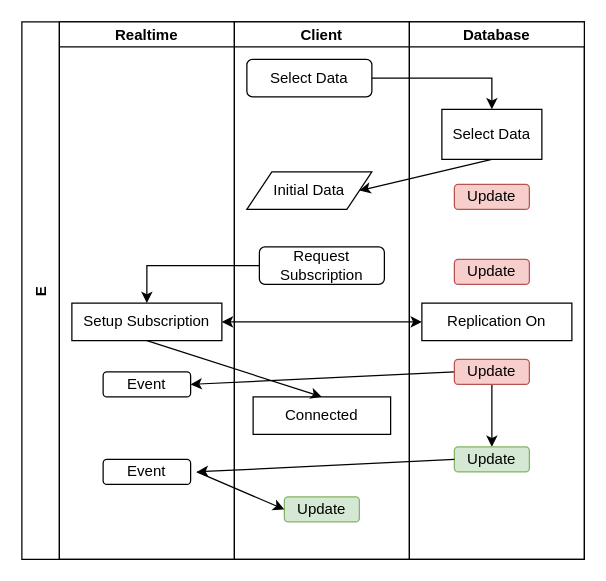
Before: Untitled Diagram.drawio in GaryAustin1/Realtime2, a draw.io diagram. Source tidied: cells renumbered, new cells numbered last; positions are measured from the earlier drawing's top-left corner, leaving out a move shared by most shapes. Both pictures are drawn from the tidied source at 125%, with x=0, y=0 at pixel (21, 21).
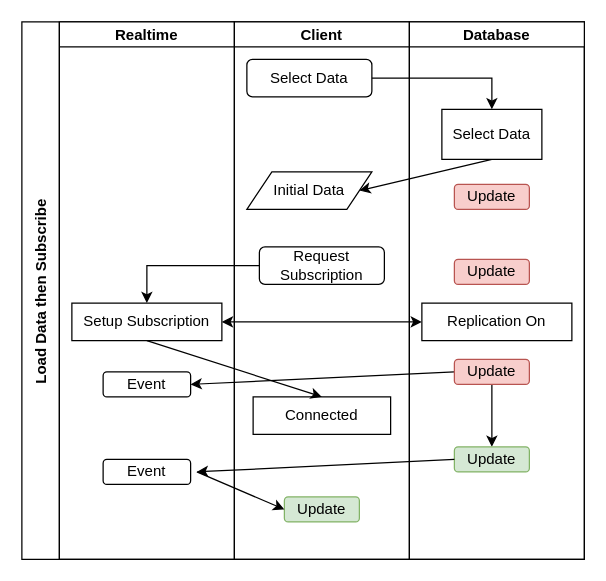
The same page after the edit.

Diff of the diagram source:
```diff
@@
-    <mxCell id="2" value="E" style="swimlane;startSize=30;horizontal=0;" parent="1" vertex="1">
+    <mxCell id="2" value="Load Data then Subscribe " style="swimlane;startSize=30;horizontal=0;" parent="1" vertex="1">
       <mxGeometry width="450" height="430" as="geometry" />
     </mxCell>
```
